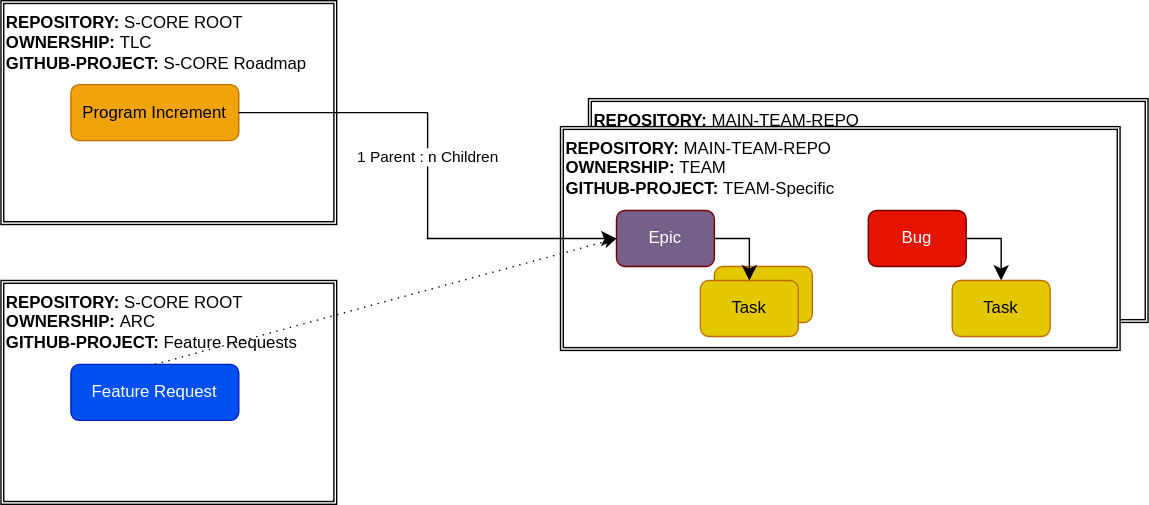
Above: docs/platform_management_plan/_assets/planning_overview.drawio.svg in eclipse-score/score (draw.io), before the change. Source tidied: cells renumbered, new cells last; positions are measured from the earlier drawing's top-left corner, leaving out a move shared by most shapes.
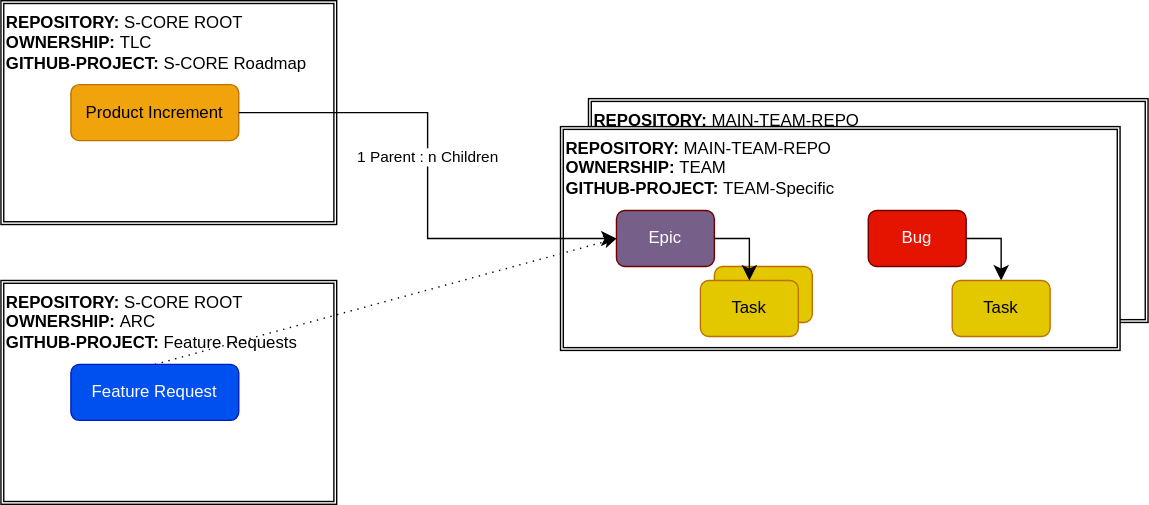
The same diagram one commit later.

Commit message:
Program -> Product Increment

Change to the diagram source:
```diff
@@ -8,7 +8,7 @@
     <mxCell id="3" value="&lt;div style=&quot;&quot;&gt;&lt;span style=&quot;background-color: transparent;&quot;&gt;&lt;b&gt;REPOSITORY:&lt;/b&gt; S-CORE ROOT&amp;nbsp;&lt;/span&gt;&lt;/div&gt;&lt;div&gt;&lt;b&gt;OWNERSHIP: &lt;/b&gt;TLC&lt;/div&gt;&lt;div&gt;&lt;b&gt;GITHUB-PROJECT: &lt;/b&gt;S-CORE Roadmap&lt;/div&gt;" style="shape=ext;double=1;rounded=0;whiteSpace=wrap;html=1;verticalAlign=top;align=left;" parent="1" vertex="1">
       <mxGeometry width="240" height="160" as="geometry" />
     </mxCell>
-    <mxCell id="4" value="Program Increment" style="rounded=1;whiteSpace=wrap;html=1;fillColor=#f0a30a;fontColor=#000000;strokeColor=#BD7000;" parent="1" vertex="1">
+    <mxCell id="4" value="Product Increment" style="rounded=1;whiteSpace=wrap;html=1;fillColor=#f0a30a;fontColor=#000000;strokeColor=#BD7000;" parent="1" vertex="1">
       <mxGeometry x="50" y="60" width="120" height="40" as="geometry" />
     </mxCell>
     <mxCell id="5" value="&lt;div style=&quot;&quot;&gt;&lt;span style=&quot;background-color: transparent;&quot;&gt;&lt;b&gt;REPOSITORY:&lt;/b&gt; S-CORE ROOT&amp;nbsp;&lt;/span&gt;&lt;/div&gt;&lt;div&gt;&lt;b&gt;OWNERSHIP: &lt;/b&gt;ARC&lt;/div&gt;&lt;div&gt;&lt;b&gt;GITHUB-PROJECT:&lt;/b&gt; Feature Requests&lt;/div&gt;" style="shape=ext;double=1;rounded=0;whiteSpace=wrap;html=1;verticalAlign=top;align=left;" parent="1" vertex="1">
```
